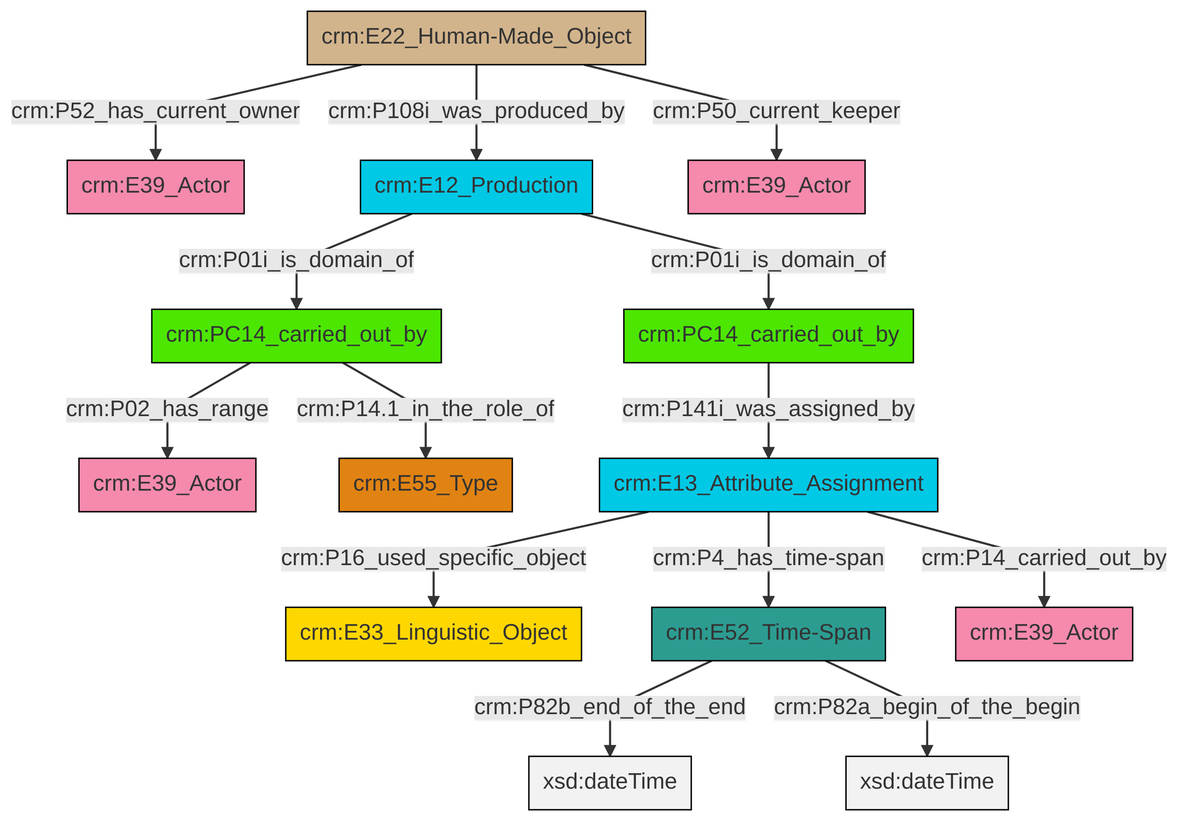
The Mermaid diagram et/carrierCSV/ttl/mmd/png/carrier_relations.png in swiss-art-research-net/docs.swissartresearch, before a commit. Its source is kept beside it as et/carrierCSV/ttl/mmd/carrier_relations.ttl.mmd.
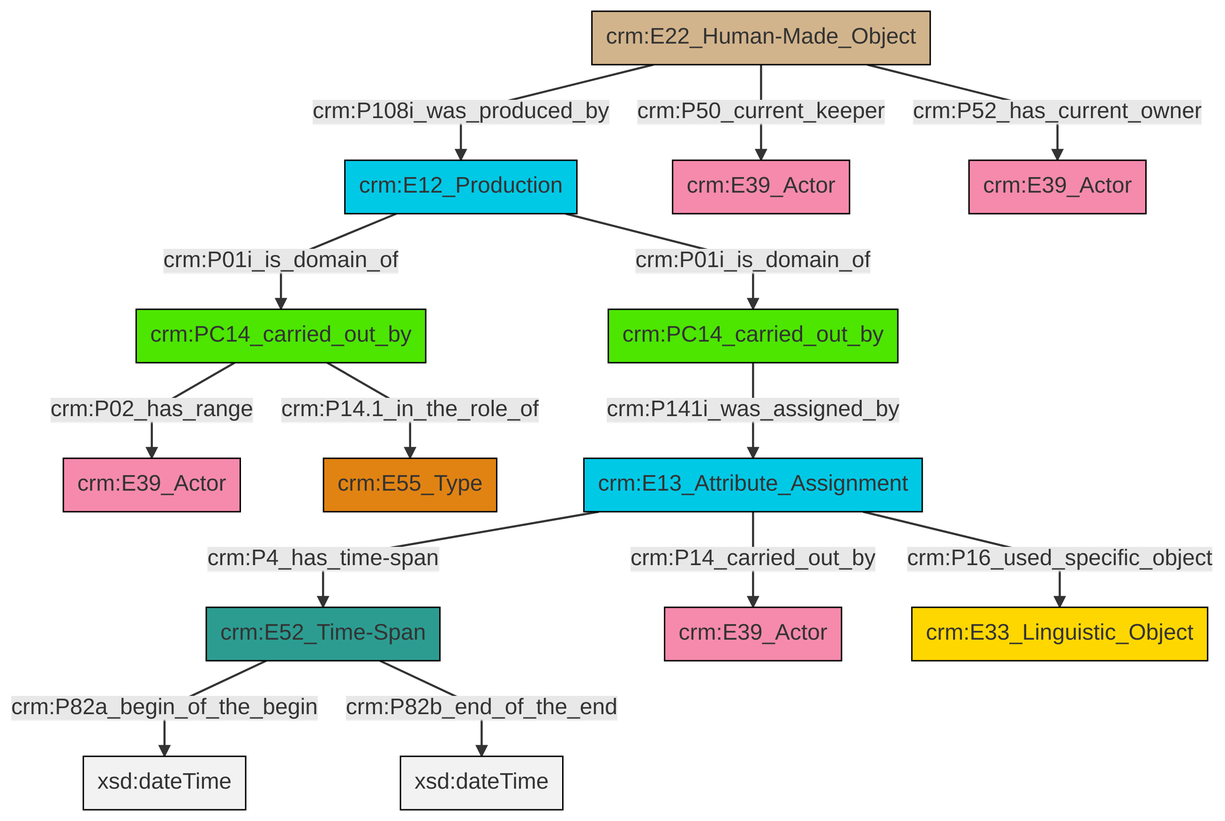
After the change.

Diff of the diagram source:
```diff
@@ -13,16 +13,16 @@
 classDef PC_Classes fill:#4ce600, stroke:#000000;
 classDef Multi fill:#cccccc,stroke:#000000;
 
-2["crm:E22_Human-Made_Object"]:::Physical_Thing -->|crm:P52_has_current_owner| 3["crm:E39_Actor"]:::Actor
-2["crm:E22_Human-Made_Object"]:::Physical_Thing -->|crm:P108i_was_produced_by| 6["crm:E12_Production"]:::Temporal_Entity
-6["crm:E12_Production"]:::Temporal_Entity -->|crm:P01i_is_domain_of| 7["crm:PC14_carried_out_by"]:::PC_Classes
-10["crm:E13_Attribute_Assignment"]:::Temporal_Entity -->|crm:P16_used_specific_object| 11["crm:E33_Linguistic_Object"]:::Conceptual_Object
-7["crm:PC14_carried_out_by"]:::PC_Classes -->|crm:P141i_was_assigned_by| 10["crm:E13_Attribute_Assignment"]:::Temporal_Entity
-13["crm:PC14_carried_out_by"]:::PC_Classes -->|crm:P14.1_in_the_role_of| 4["crm:E55_Type"]:::Type
-14["crm:E52_Time-Span"]:::Time-Span -->|crm:P82b_end_of_the_end| 15[xsd:dateTime]:::Literal
-10["crm:E13_Attribute_Assignment"]:::Temporal_Entity -->|crm:P4_has_time-span| 14["crm:E52_Time-Span"]:::Time-Span
-14["crm:E52_Time-Span"]:::Time-Span -->|crm:P82a_begin_of_the_begin| 16[xsd:dateTime]:::Literal
-6["crm:E12_Production"]:::Temporal_Entity -->|crm:P01i_is_domain_of| 13["crm:PC14_carried_out_by"]:::PC_Classes
-10["crm:E13_Attribute_Assignment"]:::Temporal_Entity -->|crm:P14_carried_out_by| 18["crm:E39_Actor"]:::Actor
-13["crm:PC14_carried_out_by"]:::PC_Classes -->|crm:P02_has_range| 0["crm:E39_Actor"]:::Actor
-2["crm:E22_Human-Made_Object"]:::Physical_Thing -->|crm:P50_current_keeper| 20["crm:E39_Actor"]:::Actor
+6["crm:E13_Attribute_Assignment"]:::Temporal_Entity -->|crm:P4_has_time-span| 7["crm:E52_Time-Span"]:::Time-Span
+4["crm:PC14_carried_out_by"]:::PC_Classes -->|crm:P02_has_range| 10["crm:E39_Actor"]:::Actor
+11["crm:E12_Production"]:::Temporal_Entity -->|crm:P01i_is_domain_of| 4["crm:PC14_carried_out_by"]:::PC_Classes
+11["crm:E12_Production"]:::Temporal_Entity -->|crm:P01i_is_domain_of| 12["crm:PC14_carried_out_by"]:::PC_Classes
+6["crm:E13_Attribute_Assignment"]:::Temporal_Entity -->|crm:P14_carried_out_by| 18["crm:E39_Actor"]:::Actor
+13["crm:E22_Human-Made_Object"]:::Physical_Thing -->|crm:P108i_was_produced_by| 11["crm:E12_Production"]:::Temporal_Entity
+13["crm:E22_Human-Made_Object"]:::Physical_Thing -->|crm:P50_current_keeper| 19["crm:E39_Actor"]:::Actor
+4["crm:PC14_carried_out_by"]:::PC_Classes -->|crm:P14.1_in_the_role_of| 0["crm:E55_Type"]:::Type
+6["crm:E13_Attribute_Assignment"]:::Temporal_Entity -->|crm:P16_used_specific_object| 15["crm:E33_Linguistic_Object"]:::Conceptual_Object
+7["crm:E52_Time-Span"]:::Time-Span -->|crm:P82a_begin_of_the_begin| 20[xsd:dateTime]:::Literal
+12["crm:PC14_carried_out_by"]:::PC_Classes -->|crm:P141i_was_assigned_by| 6["crm:E13_Attribute_Assignment"]:::Temporal_Entity
+7["crm:E52_Time-Span"]:::Time-Span -->|crm:P82b_end_of_the_end| 21[xsd:dateTime]:::Literal
+13["crm:E22_Human-Made_Object"]:::Physical_Thing -->|crm:P52_has_current_owner| 2["crm:E39_Actor"]:::Actor
```
